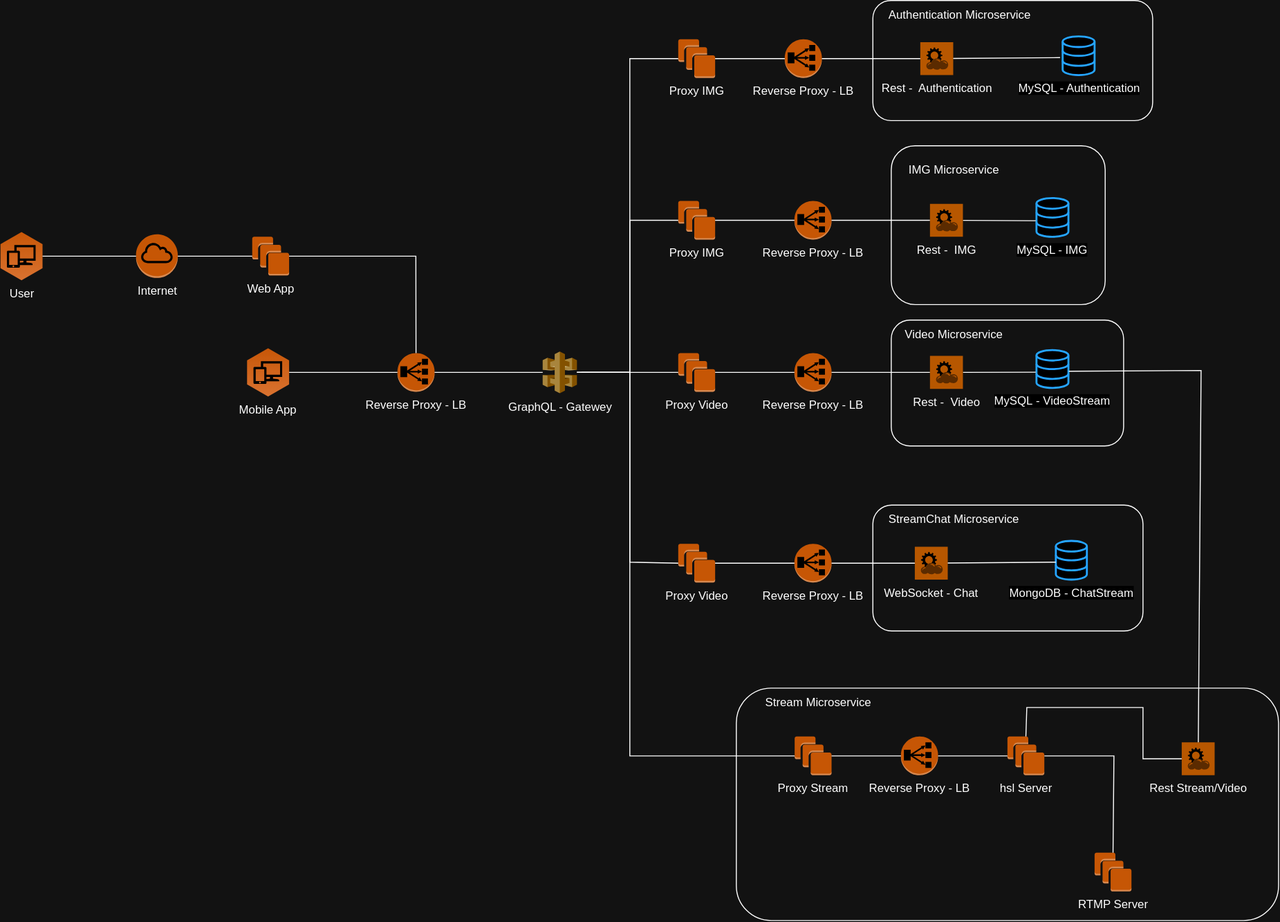
The draw.io diagram Assets/LivelyArchitecture.svg in felixasela/Lively, before a commit. Source tidied: cells renumbered, new cells last; positions are measured from the earlier drawing's top-left corner, leaving out a move shared by most shapes.
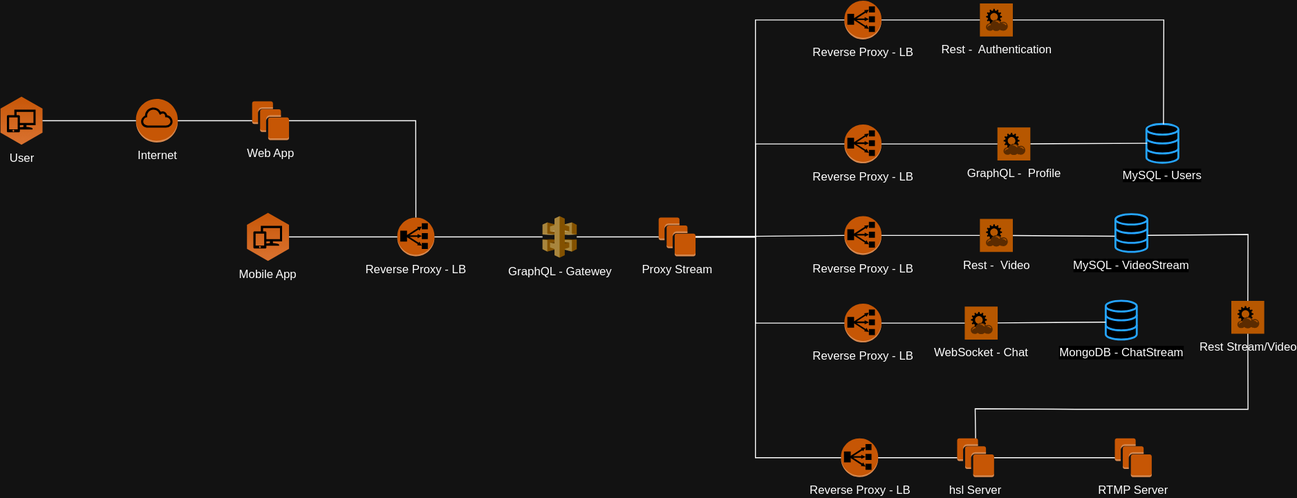
After the change.

What changed in the source:
```diff
@@ -4,14 +4,2 @@
     <mxCell id="1" parent="0" />
-    <mxCell id="2" style="rounded=1;whiteSpace=wrap;html=1;fillColor=none;" parent="1" vertex="1">
-      <mxGeometry x="760" y="710" width="560" height="240" as="geometry" />
-    </mxCell>
-    <mxCell id="3" style="rounded=1;whiteSpace=wrap;html=1;fillColor=none;" parent="1" vertex="1">
-      <mxGeometry x="920" y="330" width="240" height="130" as="geometry" />
-    </mxCell>
-    <mxCell id="4" style="rounded=1;whiteSpace=wrap;html=1;fillColor=none;" parent="1" vertex="1">
-      <mxGeometry x="920" y="150" width="220.9" height="164" as="geometry" />
-    </mxCell>
-    <mxCell id="5" value="MySQL - IMG" style="html=1;verticalLabelPosition=bottom;align=center;labelBackgroundColor=#ffffff;verticalAlign=top;strokeWidth=2;strokeColor=#0080F0;shadow=0;dashed=0;shape=mxgraph.ios7.icons.data;" parent="1" vertex="1">
-      <mxGeometry x="1070" y="204" width="33" height="40" as="geometry" />
-    </mxCell>
     <mxCell id="6" value="GraphQL - Gatewey&lt;br&gt;" style="outlineConnect=0;dashed=0;verticalLabelPosition=bottom;verticalAlign=top;align=center;html=1;shape=mxgraph.aws3.api_gateway;fillColor=#D9A741;gradientColor=none;" parent="1" vertex="1">
@@ -19,5 +7,2 @@
     </mxCell>
-    <mxCell id="7" style="endArrow=none;html=1;rounded=0;entryX=-0.023;entryY=0.585;entryDx=0;entryDy=0;entryPerimeter=0;" parent="1" edge="1" source="34" target="5">
-      <mxGeometry relative="1" as="geometry" />
-    </mxCell>
     <mxCell id="8" value="Reverse Proxy - LB" style="outlineConnect=0;dashed=0;verticalLabelPosition=bottom;verticalAlign=top;align=center;html=1;shape=mxgraph.aws3.classic_load_balancer;fillColor=#F58534;gradientColor=none;" parent="1" vertex="1">
@@ -38,24 +23,4 @@
     </mxCell>
-    <mxCell id="12" value="Reverse Proxy - LB" style="outlineConnect=0;dashed=0;verticalLabelPosition=bottom;verticalAlign=top;align=center;html=1;shape=mxgraph.aws3.classic_load_balancer;fillColor=#F58534;gradientColor=none;" parent="1" vertex="1">
-      <mxGeometry x="820" y="207" width="38.3" height="40" as="geometry" />
-    </mxCell>
-    <mxCell id="13" value="Proxy IMG" style="outlineConnect=0;dashed=0;verticalLabelPosition=bottom;verticalAlign=top;align=center;html=1;shape=mxgraph.aws3.instances;fillColor=#F58534;gradientColor=none;" parent="1" vertex="1">
-      <mxGeometry x="700" y="207" width="38.1" height="40" as="geometry" />
-    </mxCell>
-    <mxCell id="14" style="endArrow=none;html=1;rounded=0;exitX=1;exitY=0.5;exitDx=0;exitDy=0;exitPerimeter=0;" parent="1" edge="1" source="12" target="34">
-      <mxGeometry relative="1" as="geometry" />
-    </mxCell>
-    <mxCell id="15" style="endArrow=none;html=1;rounded=0;entryX=0;entryY=0.5;entryDx=0;entryDy=0;entryPerimeter=0;exitX=1;exitY=0.5;exitDx=0;exitDy=0;exitPerimeter=0;" parent="1" edge="1" source="13" target="12">
-      <mxGeometry relative="1" as="geometry" />
-    </mxCell>
-    <mxCell id="16" style="endArrow=none;html=1;rounded=0;entryX=0;entryY=0.5;entryDx=0;entryDy=0;entryPerimeter=0;" parent="1" edge="1" source="6" target="13">
-      <mxGeometry relative="1" as="geometry">
-        <Array as="points">
-          <mxPoint x="650" y="384" />
-          <mxPoint x="650" y="227" />
-        </Array>
-      </mxGeometry>
-    </mxCell>
     <mxCell id="17" value="MySQL&amp;nbsp;- VideoStream" style="html=1;verticalLabelPosition=bottom;align=center;labelBackgroundColor=#ffffff;verticalAlign=top;strokeWidth=2;strokeColor=#0080F0;shadow=0;dashed=0;shape=mxgraph.ios7.icons.data;" parent="1" vertex="1">
-      <mxGeometry x="1070" y="361" width="33" height="39" as="geometry" />
+      <mxGeometry x="1151.9" y="360.5" width="33" height="39" as="geometry" />
     </mxCell>
@@ -65,7 +30,4 @@
     <mxCell id="19" value="Reverse Proxy - LB" style="outlineConnect=0;dashed=0;verticalLabelPosition=bottom;verticalAlign=top;align=center;html=1;shape=mxgraph.aws3.classic_load_balancer;fillColor=#F58534;gradientColor=none;" parent="1" vertex="1">
-      <mxGeometry x="820" y="364" width="38.3" height="40" as="geometry" />
+      <mxGeometry x="871.9" y="362.5" width="38.3" height="40" as="geometry" />
     </mxCell>
-    <mxCell id="20" value="Proxy Video" style="outlineConnect=0;dashed=0;verticalLabelPosition=bottom;verticalAlign=top;align=center;html=1;shape=mxgraph.aws3.instances;fillColor=#F58534;gradientColor=none;" parent="1" vertex="1">
-      <mxGeometry x="700" y="364" width="38.1" height="40" as="geometry" />
-    </mxCell>
     <mxCell id="21" style="endArrow=none;html=1;rounded=0;exitX=1;exitY=0.5;exitDx=0;exitDy=0;exitPerimeter=0;" parent="1" edge="1" source="19" target="33">
@@ -73,16 +35,5 @@
     </mxCell>
-    <mxCell id="22" style="endArrow=none;html=1;rounded=0;entryX=0;entryY=0.5;entryDx=0;entryDy=0;entryPerimeter=0;exitX=1;exitY=0.5;exitDx=0;exitDy=0;exitPerimeter=0;" parent="1" edge="1" source="20" target="19">
+    <mxCell id="22" style="endArrow=none;html=1;rounded=0;entryX=0;entryY=0.5;entryDx=0;entryDy=0;entryPerimeter=0;exitX=1;exitY=0.5;exitDx=0;exitDy=0;exitPerimeter=0;" parent="1" edge="1" source="42" target="19">
       <mxGeometry relative="1" as="geometry" />
     </mxCell>
-    <mxCell id="23" style="endArrow=none;html=1;rounded=0;entryX=0;entryY=0.5;entryDx=0;entryDy=0;entryPerimeter=0;" parent="1" edge="1" target="20">
-      <mxGeometry relative="1" as="geometry">
-        <mxPoint x="600" y="384" as="sourcePoint" />
-        <Array as="points">
-          <mxPoint x="660" y="384" />
-        </Array>
-      </mxGeometry>
-    </mxCell>
-    <mxCell id="24" value="IMG Microservice" style="text;html=1;strokeColor=none;fillColor=none;align=center;verticalAlign=middle;whiteSpace=wrap;rounded=0;" parent="1" vertex="1">
-      <mxGeometry x="930" y="160" width="110" height="30" as="geometry" />
-    </mxCell>
     <mxCell id="25" value="Internet" style="outlineConnect=0;dashed=0;verticalLabelPosition=bottom;verticalAlign=top;align=center;html=1;shape=mxgraph.aws3.internet_gateway;fillColor=#F58534;gradientColor=none;" parent="1" vertex="1">
@@ -100,37 +51,20 @@
     <mxCell id="29" value="MongoDB - ChatStream" style="html=1;verticalLabelPosition=bottom;align=center;labelBackgroundColor=#ffffff;verticalAlign=top;strokeWidth=2;strokeColor=#0080F0;shadow=0;dashed=0;shape=mxgraph.ios7.icons.data;" parent="1" vertex="1">
-      <mxGeometry x="1090" y="558" width="32" height="40" as="geometry" />
+      <mxGeometry x="1141.9" y="450" width="32" height="40" as="geometry" />
     </mxCell>
     <mxCell id="30" value="Reverse Proxy - LB" style="outlineConnect=0;dashed=0;verticalLabelPosition=bottom;verticalAlign=top;align=center;html=1;shape=mxgraph.aws3.classic_load_balancer;fillColor=#F58534;gradientColor=none;" parent="1" vertex="1">
-      <mxGeometry x="930" y="760" width="38.3" height="40" as="geometry" />
+      <mxGeometry x="868.4" y="592" width="38.3" height="40" as="geometry" />
     </mxCell>
-    <mxCell id="31" style="endArrow=none;html=1;rounded=0;entryX=0;entryY=0.5;entryDx=0;entryDy=0;entryPerimeter=0;" parent="1" edge="1" source="6" target="36">
-      <mxGeometry relative="1" as="geometry">
-        <Array as="points">
-          <mxPoint x="650" y="384" />
-          <mxPoint x="650" y="780" />
-        </Array>
-      </mxGeometry>
-    </mxCell>
-    <mxCell id="32" value="Video Microservice" style="text;html=1;strokeColor=none;fillColor=none;align=center;verticalAlign=middle;whiteSpace=wrap;rounded=0;" parent="1" vertex="1">
-      <mxGeometry x="930" y="330" width="110" height="30" as="geometry" />
-    </mxCell>
     <mxCell id="33" value="Rest -&amp;nbsp; Video" style="shadow=0;dashed=0;html=1;strokeColor=none;fillColor=#EF8F21;labelPosition=center;verticalLabelPosition=bottom;verticalAlign=top;align=center;outlineConnect=0;shape=mxgraph.veeam.2d.restful_apis;" parent="1" vertex="1">
-      <mxGeometry x="960" y="367" width="34" height="34" as="geometry" />
+      <mxGeometry x="1011.9" y="365.5" width="34" height="34" as="geometry" />
     </mxCell>
-    <mxCell id="34" value="Rest -&amp;nbsp; IMG" style="shadow=0;dashed=0;html=1;strokeColor=none;fillColor=#EF8F21;labelPosition=center;verticalLabelPosition=bottom;verticalAlign=top;align=center;outlineConnect=0;shape=mxgraph.veeam.2d.restful_apis;" parent="1" vertex="1">
-      <mxGeometry x="960" y="210" width="34" height="34" as="geometry" />
-    </mxCell>
     <mxCell id="35" value="RTMP Server" style="outlineConnect=0;dashed=0;verticalLabelPosition=bottom;verticalAlign=top;align=center;html=1;shape=mxgraph.aws3.instances;fillColor=#F58534;gradientColor=none;" parent="1" vertex="1">
-      <mxGeometry x="1130" y="880" width="38.1" height="40" as="geometry" />
+      <mxGeometry x="1151.3" y="592" width="38.1" height="40" as="geometry" />
     </mxCell>
-    <mxCell id="36" value="Proxy Stream" style="outlineConnect=0;dashed=0;verticalLabelPosition=bottom;verticalAlign=top;align=center;html=1;shape=mxgraph.aws3.instances;fillColor=#F58534;gradientColor=none;" parent="1" vertex="1">
-      <mxGeometry x="820.2" y="760" width="38.1" height="40" as="geometry" />
-    </mxCell>
     <mxCell id="37" value="Rest Stream/Video" style="shadow=0;dashed=0;html=1;strokeColor=none;fillColor=#EF8F21;labelPosition=center;verticalLabelPosition=bottom;verticalAlign=top;align=center;outlineConnect=0;shape=mxgraph.veeam.2d.restful_apis;" parent="1" vertex="1">
-      <mxGeometry x="1220" y="766" width="34" height="34" as="geometry" />
+      <mxGeometry x="1271.7" y="450" width="34" height="34" as="geometry" />
     </mxCell>
-    <mxCell id="38" style="endArrow=none;html=1;rounded=0;entryX=0.5;entryY=0;entryDx=0;entryDy=0;entryPerimeter=0;exitX=1;exitY=0.5;exitDx=0;exitDy=0;exitPerimeter=0;" parent="1" edge="1" source="62" target="35">
+    <mxCell id="38" style="endArrow=none;html=1;rounded=0;entryX=0;entryY=0.5;entryDx=0;entryDy=0;entryPerimeter=0;exitX=1;exitY=0.5;exitDx=0;exitDy=0;exitPerimeter=0;" parent="1" edge="1" source="62" target="35">
       <mxGeometry relative="1" as="geometry">
         <Array as="points">
-          <mxPoint x="1150" y="780" />
+          <mxPoint x="1098.6" y="612" />
         </Array>
@@ -141,3 +75,3 @@
         <Array as="points">
-          <mxPoint x="1240" y="382" />
+          <mxPoint x="1288.9" y="381.5" />
         </Array>
@@ -145,21 +79,10 @@
     </mxCell>
-    <mxCell id="40" value="Stream Microservice" style="text;html=1;strokeColor=none;fillColor=none;align=center;verticalAlign=middle;whiteSpace=wrap;rounded=0;" parent="1" vertex="1">
-      <mxGeometry x="780" y="710" width="130" height="30" as="geometry" />
-    </mxCell>
     <mxCell id="41" value="WebSocket - Chat" style="shadow=0;dashed=0;html=1;strokeColor=none;fillColor=#EF8F21;labelPosition=center;verticalLabelPosition=bottom;verticalAlign=top;align=center;outlineConnect=0;shape=mxgraph.veeam.2d.restful_apis;" parent="1" vertex="1">
-      <mxGeometry x="944.3" y="564" width="34" height="34" as="geometry" />
+      <mxGeometry x="996.2" y="456" width="34" height="34" as="geometry" />
     </mxCell>
-    <mxCell id="42" value="Proxy Video" style="outlineConnect=0;dashed=0;verticalLabelPosition=bottom;verticalAlign=top;align=center;html=1;shape=mxgraph.aws3.instances;fillColor=#F58534;gradientColor=none;" parent="1" vertex="1">
-      <mxGeometry x="700" y="561" width="38.1" height="40" as="geometry" />
+    <mxCell id="42" value="Proxy Stream" style="outlineConnect=0;dashed=0;verticalLabelPosition=bottom;verticalAlign=top;align=center;html=1;shape=mxgraph.aws3.instances;fillColor=#F58534;gradientColor=none;" parent="1" vertex="1">
+      <mxGeometry x="680" y="364" width="38.1" height="40" as="geometry" />
     </mxCell>
-    <mxCell id="43" style="endArrow=none;html=1;rounded=0;entryX=0;entryY=0.5;entryDx=0;entryDy=0;entryPerimeter=0;" parent="1" edge="1" source="6" target="42">
-      <mxGeometry relative="1" as="geometry">
-        <Array as="points">
-          <mxPoint x="650" y="384" />
-          <mxPoint x="650" y="580" />
-        </Array>
-      </mxGeometry>
-    </mxCell>
     <mxCell id="44" value="Reverse Proxy - LB" style="outlineConnect=0;dashed=0;verticalLabelPosition=bottom;verticalAlign=top;align=center;html=1;shape=mxgraph.aws3.classic_load_balancer;fillColor=#F58534;gradientColor=none;" parent="1" vertex="1">
-      <mxGeometry x="820" y="561" width="38.3" height="40" as="geometry" />
+      <mxGeometry x="871.9" y="453" width="38.3" height="40" as="geometry" />
     </mxCell>
@@ -171,25 +94,25 @@
     </mxCell>
-    <mxCell id="47" style="endArrow=none;html=1;rounded=0;exitX=1;exitY=0.5;exitDx=0;exitDy=0;exitPerimeter=0;entryX=0;entryY=0.5;entryDx=0;entryDy=0;entryPerimeter=0;" parent="1" edge="1" source="42" target="44">
-      <mxGeometry relative="1" as="geometry" />
+    <mxCell id="47" style="endArrow=none;html=1;rounded=0;entryX=0;entryY=0.5;entryDx=0;entryDy=0;entryPerimeter=0;exitX=1;exitY=0.5;exitDx=0;exitDy=0;exitPerimeter=0;" parent="1" edge="1" source="42" target="44">
+      <mxGeometry relative="1" as="geometry">
+        <Array as="points">
+          <mxPoint x="780" y="384" />
+          <mxPoint x="780" y="473" />
+        </Array>
+      </mxGeometry>
     </mxCell>
-    <mxCell id="48" style="rounded=1;whiteSpace=wrap;html=1;fillColor=none;" parent="1" vertex="1">
-      <mxGeometry x="901" y="521" width="279" height="130" as="geometry" />
-    </mxCell>
-    <mxCell id="49" value="StreamChat Microservice" style="text;html=1;strokeColor=none;fillColor=none;align=center;verticalAlign=middle;whiteSpace=wrap;rounded=0;" parent="1" vertex="1">
-      <mxGeometry x="910" y="521" width="150" height="30" as="geometry" />
-    </mxCell>
-    <mxCell id="50" value="Proxy IMG" style="outlineConnect=0;dashed=0;verticalLabelPosition=bottom;verticalAlign=top;align=center;html=1;shape=mxgraph.aws3.instances;fillColor=#F58534;gradientColor=none;" parent="1" vertex="1">
-      <mxGeometry x="700" y="40" width="38.1" height="40" as="geometry" />
-    </mxCell>
-    <mxCell id="51" value="MySQL - Authentication" style="html=1;verticalLabelPosition=bottom;align=center;labelBackgroundColor=#ffffff;verticalAlign=top;strokeWidth=2;strokeColor=#0080F0;shadow=0;dashed=0;shape=mxgraph.ios7.icons.data;" parent="1" vertex="1">
-      <mxGeometry x="1097" y="37" width="33" height="40" as="geometry" />
+    <mxCell id="51" value="MySQL - Users" style="html=1;verticalLabelPosition=bottom;align=center;labelBackgroundColor=#ffffff;verticalAlign=top;strokeWidth=2;strokeColor=#0080F0;shadow=0;dashed=0;shape=mxgraph.ios7.icons.data;" parent="1" vertex="1">
+      <mxGeometry x="1183.9" y="267.4" width="33" height="40" as="geometry" />
     </mxCell>
     <mxCell id="52" value="Reverse Proxy - LB" style="outlineConnect=0;dashed=0;verticalLabelPosition=bottom;verticalAlign=top;align=center;html=1;shape=mxgraph.aws3.classic_load_balancer;fillColor=#F58534;gradientColor=none;" parent="1" vertex="1">
-      <mxGeometry x="810" y="40" width="38.3" height="40" as="geometry" />
+      <mxGeometry x="871.9" y="140" width="38.3" height="40" as="geometry" />
     </mxCell>
     <mxCell id="53" value="Rest -&amp;nbsp; Authentication" style="shadow=0;dashed=0;html=1;strokeColor=none;fillColor=#EF8F21;labelPosition=center;verticalLabelPosition=bottom;verticalAlign=top;align=center;outlineConnect=0;shape=mxgraph.veeam.2d.restful_apis;" parent="1" vertex="1">
-      <mxGeometry x="950" y="43" width="34" height="34" as="geometry" />
+      <mxGeometry x="1011.9" y="143" width="34" height="34" as="geometry" />
     </mxCell>
-    <mxCell id="54" style="endArrow=none;html=1;rounded=0;entryX=-0.081;entryY=0.549;entryDx=0;entryDy=0;entryPerimeter=0;" parent="1" edge="1" source="53" target="51">
-      <mxGeometry relative="1" as="geometry" />
+    <mxCell id="54" style="endArrow=none;html=1;rounded=0;entryX=0.534;entryY=0.008;entryDx=0;entryDy=0;entryPerimeter=0;" parent="1" edge="1" source="53" target="51">
+      <mxGeometry relative="1" as="geometry">
+        <Array as="points">
+          <mxPoint x="1201.9" y="160" />
+        </Array>
+      </mxGeometry>
     </mxCell>
@@ -198,20 +121,2 @@
     </mxCell>
-    <mxCell id="56" style="endArrow=none;html=1;rounded=0;entryX=0;entryY=0.5;entryDx=0;entryDy=0;entryPerimeter=0;exitX=1;exitY=0.5;exitDx=0;exitDy=0;exitPerimeter=0;" parent="1" edge="1" source="50" target="52">
-      <mxGeometry relative="1" as="geometry" />
-    </mxCell>
-    <mxCell id="57" style="endArrow=none;html=1;rounded=0;entryX=0;entryY=0.5;entryDx=0;entryDy=0;entryPerimeter=0;" parent="1" edge="1" source="6" target="50">
-      <mxGeometry relative="1" as="geometry">
-        <Array as="points">
-          <mxPoint x="650" y="384" />
-          <mxPoint x="650" y="210" />
-          <mxPoint x="650" y="60" />
-        </Array>
-      </mxGeometry>
-    </mxCell>
-    <mxCell id="58" style="rounded=1;whiteSpace=wrap;html=1;fillColor=none;" parent="1" vertex="1">
-      <mxGeometry x="901" width="289" height="124" as="geometry" />
-    </mxCell>
-    <mxCell id="59" value="Authentication Microservice" style="text;html=1;strokeColor=none;fillColor=none;align=center;verticalAlign=middle;whiteSpace=wrap;rounded=0;" parent="1" vertex="1">
-      <mxGeometry x="912" width="158" height="30" as="geometry" />
-    </mxCell>
     <mxCell id="60" value="Mobile App" style="outlineConnect=0;dashed=0;verticalLabelPosition=bottom;verticalAlign=top;align=center;html=1;shape=mxgraph.aws3.workspaces;fillColor=#D16A28;gradientColor=#F58435;gradientDirection=north;" parent="1" vertex="1">
@@ -223,7 +128,4 @@
     <mxCell id="62" value="hsl Server" style="outlineConnect=0;dashed=0;verticalLabelPosition=bottom;verticalAlign=top;align=center;html=1;shape=mxgraph.aws3.instances;fillColor=#F58534;gradientColor=none;" parent="1" vertex="1">
-      <mxGeometry x="1040" y="760" width="38.1" height="40" as="geometry" />
+      <mxGeometry x="988.4" y="592" width="38.1" height="40" as="geometry" />
     </mxCell>
-    <mxCell id="63" style="endArrow=none;html=1;rounded=0;exitX=1;exitY=0.5;exitDx=0;exitDy=0;exitPerimeter=0;entryX=0;entryY=0.5;entryDx=0;entryDy=0;entryPerimeter=0;" parent="1" edge="1" source="36" target="30">
-      <mxGeometry relative="1" as="geometry" />
-    </mxCell>
     <mxCell id="64" style="endArrow=none;html=1;rounded=0;exitX=1;exitY=0.5;exitDx=0;exitDy=0;exitPerimeter=0;entryX=0;entryY=0.5;entryDx=0;entryDy=0;entryPerimeter=0;" parent="1" edge="1" source="30" target="62">
@@ -234,5 +136,6 @@
         <Array as="points">
-          <mxPoint x="1060" y="730" />
-          <mxPoint x="1180" y="730" />
-          <mxPoint x="1180" y="783" />
+          <mxPoint x="1007" y="561.5" />
+          <mxPoint x="1111.7" y="562" />
+          <mxPoint x="1231.7" y="562" />
+          <mxPoint x="1288.9" y="562" />
         </Array>
@@ -240,2 +143,41 @@
     </mxCell>
+    <mxCell id="66" style="endArrow=none;html=1;rounded=0;entryX=0.023;entryY=0.498;entryDx=0;entryDy=0;entryPerimeter=0;" parent="1" edge="1" source="67" target="51">
+      <mxGeometry relative="1" as="geometry" />
+    </mxCell>
+    <mxCell id="67" value="GraphQL -&amp;nbsp; Profile" style="shadow=0;dashed=0;html=1;strokeColor=none;fillColor=#EF8F21;labelPosition=center;verticalLabelPosition=bottom;verticalAlign=top;align=center;outlineConnect=0;shape=mxgraph.veeam.2d.restful_apis;" parent="1" vertex="1">
+      <mxGeometry x="1030" y="271" width="34" height="34" as="geometry" />
+    </mxCell>
+    <mxCell id="12" value="Reverse Proxy - LB" style="outlineConnect=0;dashed=0;verticalLabelPosition=bottom;verticalAlign=top;align=center;html=1;shape=mxgraph.aws3.classic_load_balancer;fillColor=#F58534;gradientColor=none;" parent="1" vertex="1">
+      <mxGeometry x="871.9" y="268" width="38.3" height="40" as="geometry" />
+    </mxCell>
+    <mxCell id="68" style="endArrow=none;html=1;rounded=0;exitX=1;exitY=0.5;exitDx=0;exitDy=0;exitPerimeter=0;" parent="1" edge="1" source="12" target="67">
+      <mxGeometry relative="1" as="geometry" />
+    </mxCell>
+    <mxCell id="43" style="endArrow=none;html=1;rounded=0;entryX=0;entryY=0.5;entryDx=0;entryDy=0;entryPerimeter=0;" parent="1" edge="1" source="6" target="42">
+      <mxGeometry relative="1" as="geometry" />
+    </mxCell>
+    <mxCell id="69" style="endArrow=none;html=1;rounded=0;exitX=1;exitY=0.5;exitDx=0;exitDy=0;exitPerimeter=0;entryX=0;entryY=0.5;entryDx=0;entryDy=0;entryPerimeter=0;" parent="1" edge="1" source="42" target="30">
+      <mxGeometry relative="1" as="geometry">
+        <Array as="points">
+          <mxPoint x="780" y="384" />
+          <mxPoint x="780" y="612" />
+        </Array>
+      </mxGeometry>
+    </mxCell>
+    <mxCell id="70" style="endArrow=none;html=1;rounded=0;exitX=1;exitY=0.5;exitDx=0;exitDy=0;exitPerimeter=0;entryX=0;entryY=0.5;entryDx=0;entryDy=0;entryPerimeter=0;" parent="1" edge="1" source="42" target="12">
+      <mxGeometry relative="1" as="geometry">
+        <Array as="points">
+          <mxPoint x="780" y="384" />
+          <mxPoint x="780" y="288" />
+        </Array>
+      </mxGeometry>
+    </mxCell>
+    <mxCell id="71" style="endArrow=none;html=1;rounded=0;exitX=1;exitY=0.5;exitDx=0;exitDy=0;exitPerimeter=0;entryX=0;entryY=0.5;entryDx=0;entryDy=0;entryPerimeter=0;" parent="1" edge="1" source="42" target="52">
+      <mxGeometry relative="1" as="geometry">
+        <Array as="points">
+          <mxPoint x="780" y="384" />
+          <mxPoint x="780" y="160" />
+        </Array>
+      </mxGeometry>
+    </mxCell>
   </root>
```
